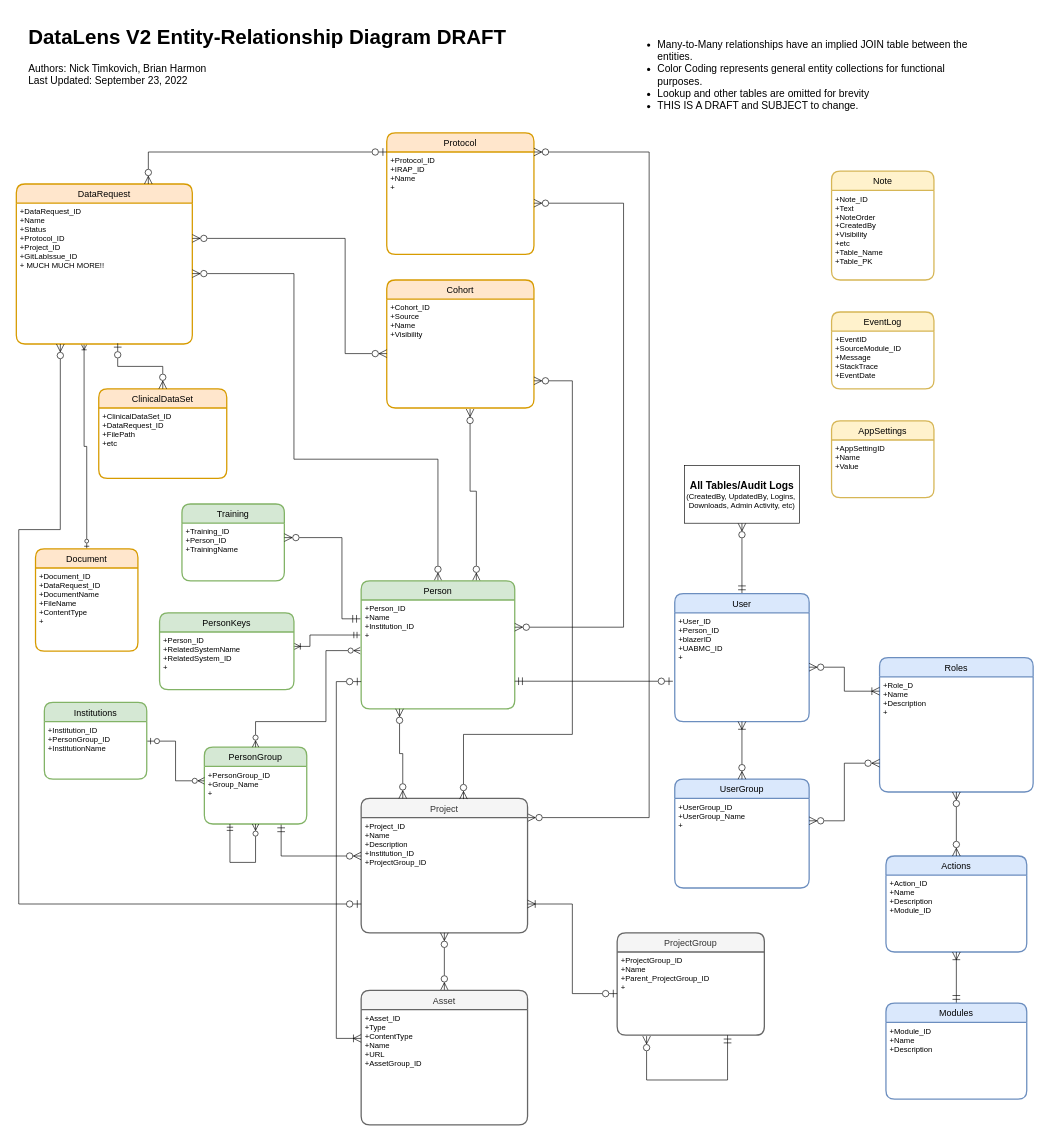
The draw.io diagram page "Expanded with no Junction Tables" (1 of 3) of DataLens V2 ERD.drawio in ntimkovich/UAB-II-Diagrams, before the edit. Source tidied: cells renumbered, new cells numbered last; positions are measured from the earlier drawing's top-left corner, leaving out a move shared by most shapes. Both pictures are drawn from the tidied source at 64%, with x=0, y=0 at pixel (16, 17).
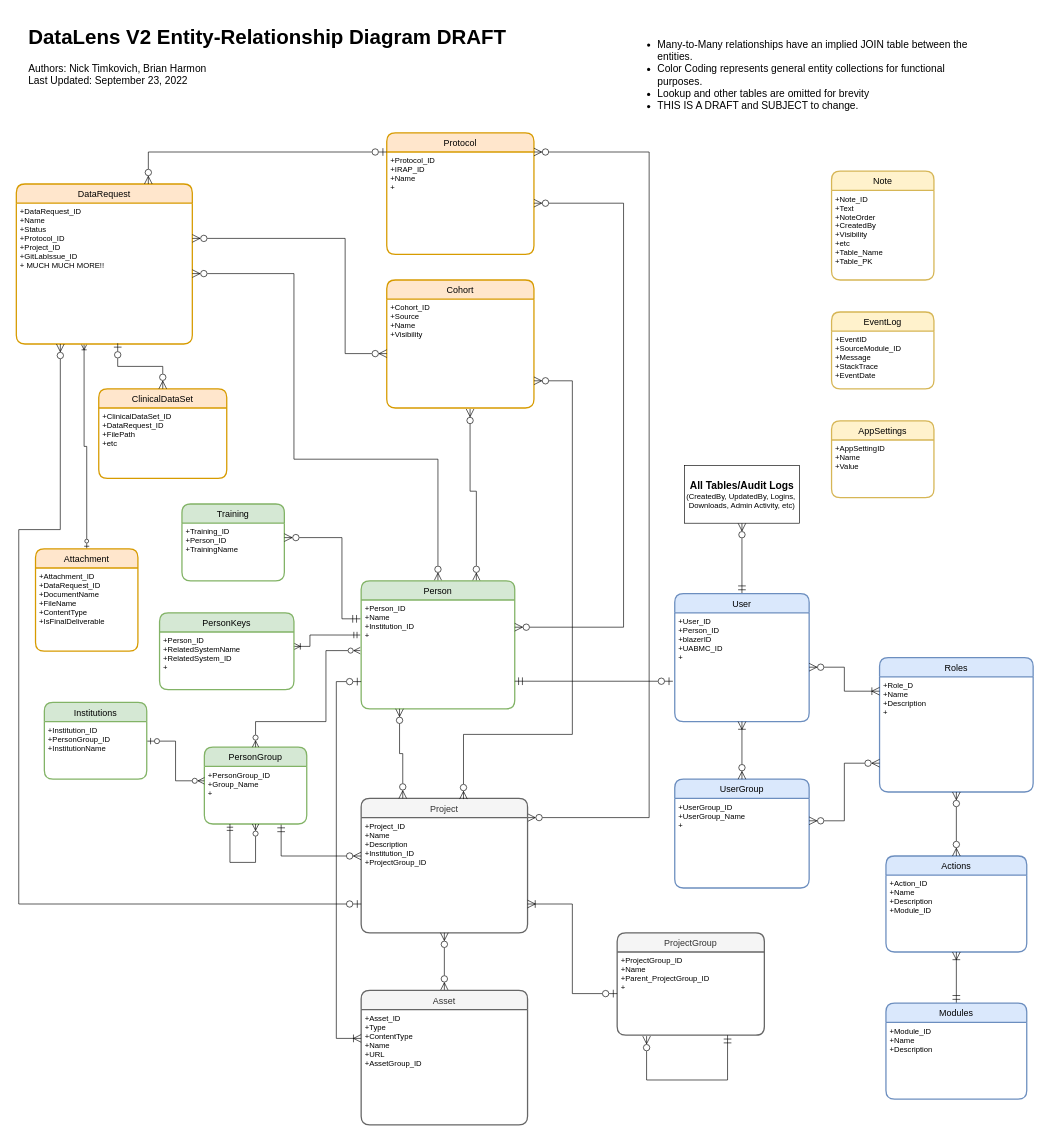
The same diagram, later.

The edit, as a diff of the source:
```diff
@@
-    <mxCell id="72" value="Document" style="swimlane;horizontal=1;startSize=30;rounded=1;fontSize=14;fontStyle=0;strokeWidth=2;shadow=0;dashed=0;align=center;fillColor=#ffe6cc;strokeColor=#d79b00;" parent="1" vertex="1">
+    <mxCell id="72" value="Attachment" style="swimlane;horizontal=1;startSize=30;rounded=1;fontSize=14;fontStyle=0;strokeWidth=2;shadow=0;dashed=0;align=center;fillColor=#ffe6cc;strokeColor=#d79b00;" parent="1" vertex="1">
       <mxGeometry x="30" y="830" width="160" height="160" as="geometry" />
     </mxCell>
-    <mxCell id="73" value="+Document_ID&#10;+DataRequest_ID&#10;+DocumentName&#10;+FileName&#10;+ContentType&#10;+" style="align=left;strokeColor=none;fillColor=none;spacingLeft=4;fontSize=12;verticalAlign=top;" parent="72" vertex="1">
+    <mxCell id="73" value="+Attachment_ID&#10;+DataRequest_ID&#10;+DocumentName&#10;+FileName&#10;+ContentType&#10;+IsFinalDeliverable" style="align=left;strokeColor=none;fillColor=none;spacingLeft=4;fontSize=12;verticalAlign=top;" parent="72" vertex="1">
       <mxGeometry y="30" width="160" height="130" as="geometry" />
     </mxCell>
```
